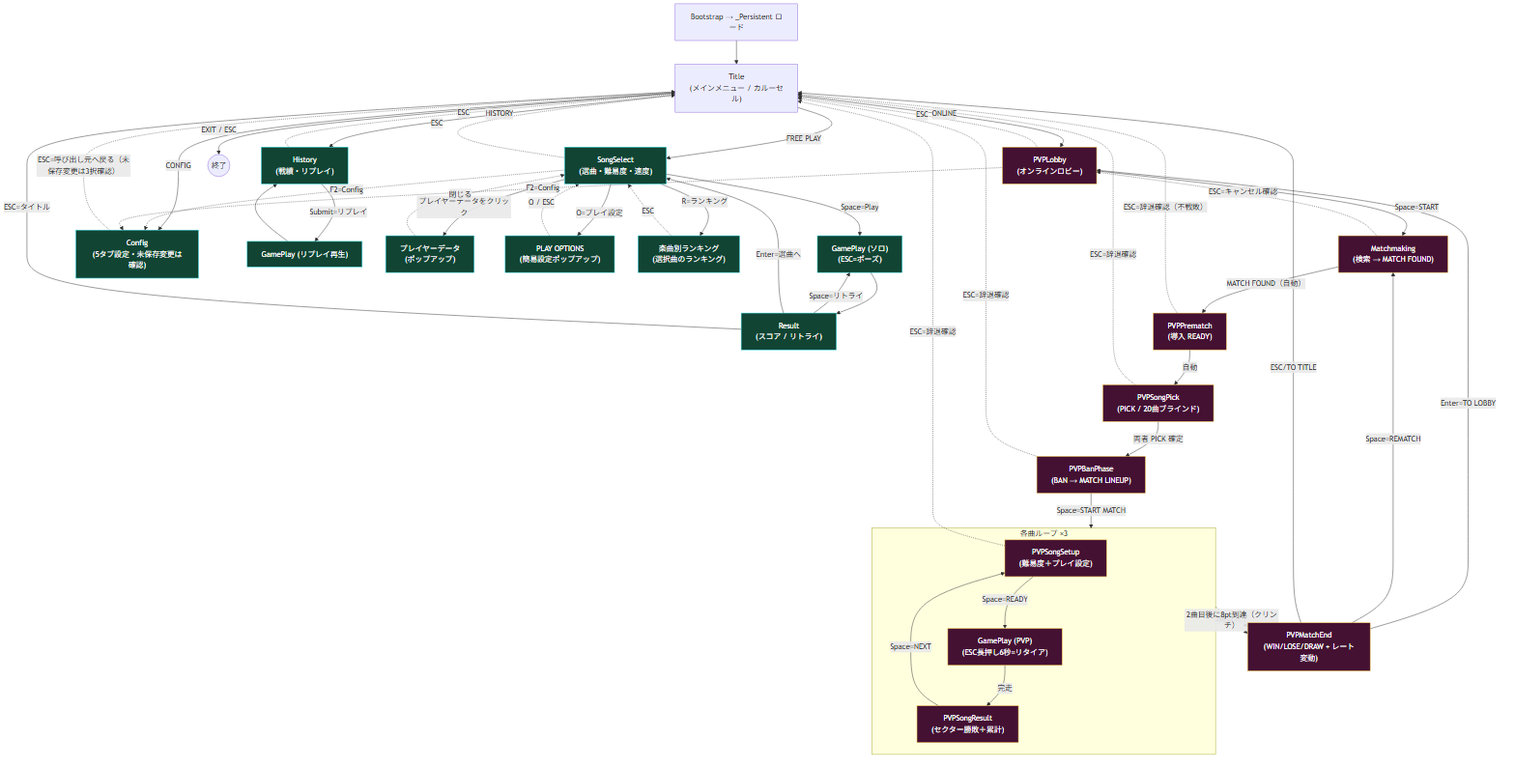
Before: docs/pvp/screen_flow.png, a diagram exported from Mermaid (Castella0107/unity1). Its source is kept beside it as docs/pvp/screen_flow.mmd.
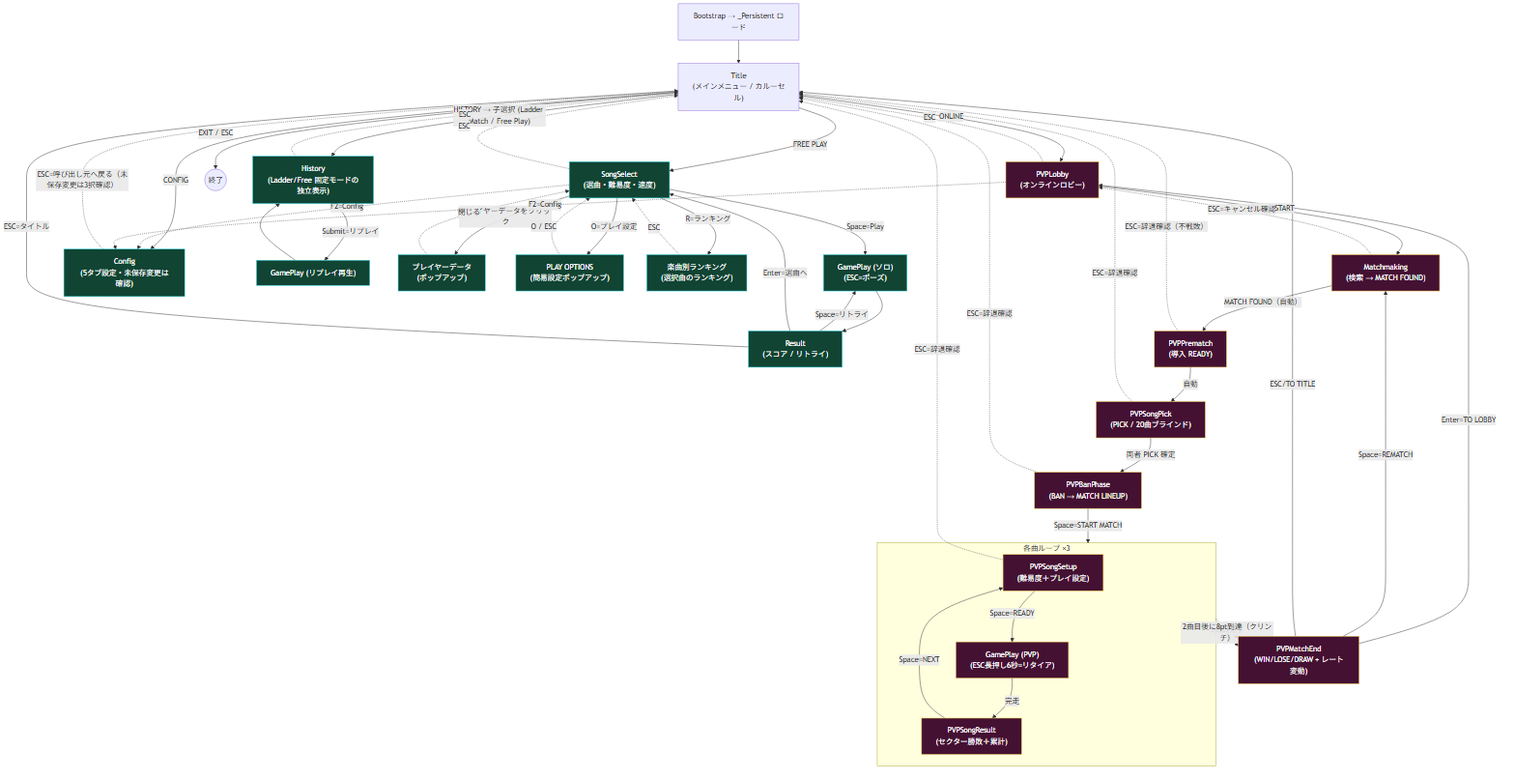
Later version of the same file.

What changed in the source:
```diff
@@ -5,7 +5,7 @@
     SongSel["SongSelect<br/>(選曲・難易度・速度)"]
     PlayS["GamePlay (ソロ)<br/>(ESC=ポーズ)"]
     Result["Result<br/>(スコア / リトライ)"]
-    Hist["History<br/>(戦績・リプレイ)"]
+    Hist["History<br/>(Ladder/Free 固定モードの独立表示)"]
     Conf["Config<br/>(5タブ設定・未保存変更は確認)"]
     Replay["GamePlay (リプレイ再生)"]
     PData["プレイヤーデータ<br/>(ポップアップ)"]
@@ -34,7 +34,7 @@
     Title -->|FREE PLAY| SongSel
     Title -->|ONLINE| Lobby
     Title -->|CONFIG| Conf
-    Title -->|HISTORY| Hist
+    Title -->|"HISTORY → 子選択 (Ladder Match / Free Play)"| Hist
     Title -->|EXIT / ESC| Exit(("終了"))
 
     SongSel -->|Space=Play| PlayS --> Result
```
